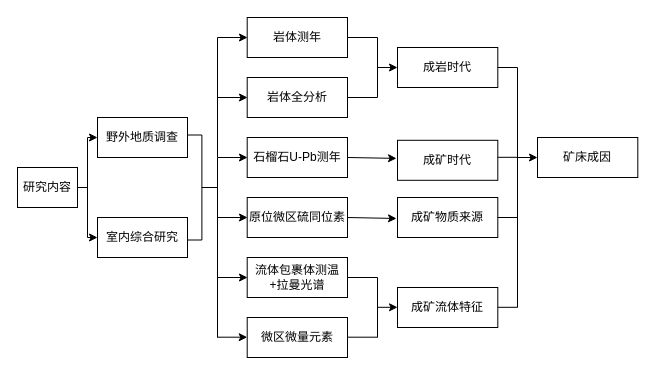
dp0qb/document_img keeps this draw.io diagram as 未命名绘图.drawio. Above is the earlier version. Source tidied: cells renumbered, new cells numbered last; positions are measured from the earlier drawing's top-left corner, leaving out a move shared by most shapes. Both pictures are drawn from the tidied source at 100%, with x=0, y=0 at pixel (17, 17).
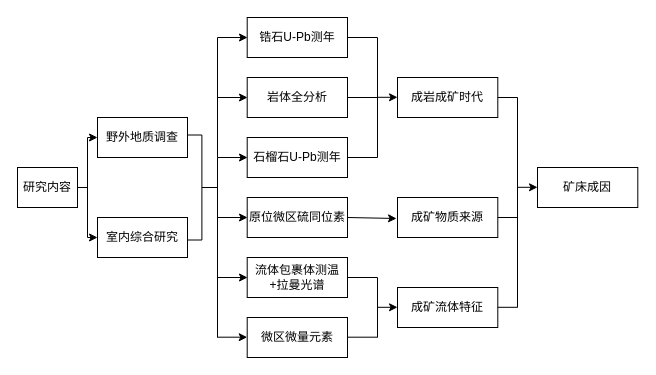
The same diagram, later.

Commit message:
更新未命名绘图.drawio

Unchanged cells that the change refers to:
```xml
<mxCell id="18" value="石榴石U-Pb测年" style="rounded=0;whiteSpace=wrap;html=1;" parent="1" vertex="1">
  <mxGeometry x="229.7" y="120" width="100.3" height="40" as="geometry" />
</mxCell>
```

The edit, as a diff of the source:
```diff
@@
-    <mxCell id="17" value="岩体测年" style="rounded=0;whiteSpace=wrap;html=1;" parent="1" vertex="1">
+    <mxCell id="17" value="锆石U-Pb测年" style="rounded=0;whiteSpace=wrap;html=1;" parent="1" vertex="1">
       <mxGeometry x="229.7" width="100.3" height="40" as="geometry" />
     </mxCell>
@@
     <mxCell id="22" style="endArrow=none;html=1;rounded=0;" parent="1" edge="1">
       <mxGeometry relative="1" as="geometry">
-        <mxPoint x="360" y="80" as="sourcePoint" />
+        <mxPoint x="360" y="140" as="sourcePoint" />
         <mxPoint x="360" y="20" as="targetPoint" />
       </mxGeometry>
     </mxCell>
@@
     <mxCell id="26" style="endArrow=classic;html=1;rounded=0;" parent="1" edge="1">
       <mxGeometry relative="1" as="geometry">
-        <mxPoint x="360" y="50" as="sourcePoint" />
-        <mxPoint x="380" y="50" as="targetPoint" />
+        <mxPoint x="360" y="79.8" as="sourcePoint" />
+        <mxPoint x="380" y="79.8" as="targetPoint" />
       </mxGeometry>
     </mxCell>
@@
-    <mxCell id="30" value="成矿时代" style="rounded=0;whiteSpace=wrap;html=1;" parent="1" vertex="1">
-      <mxGeometry x="380" y="122.8" width="100.3" height="40" as="geometry" />
-    </mxCell>
-    <mxCell id="31" value="成岩时代" style="rounded=0;whiteSpace=wrap;html=1;" parent="1" vertex="1">
-      <mxGeometry x="380" y="30" width="100.3" height="40" as="geometry" />
+    <mxCell id="31" value="成岩成矿时代" style="rounded=0;whiteSpace=wrap;html=1;" parent="1" vertex="1">
+      <mxGeometry x="380" y="60" width="100.3" height="40" as="geometry" />
     </mxCell>
     <mxCell id="32" style="endArrow=none;html=1;rounded=0;" parent="1" edge="1">
       <mxGeometry relative="1" as="geometry">
         <mxPoint x="500" y="290" as="sourcePoint" />
-        <mxPoint x="500" y="50" as="targetPoint" />
+        <mxPoint x="500" y="80" as="targetPoint" />
       </mxGeometry>
     </mxCell>
-    <mxCell id="33" style="endArrow=none;html=1;rounded=0;" parent="1" edge="1">
+    <mxCell id="33" style="endArrow=none;html=1;rounded=0;exitX=1;exitY=0.5;exitDx=0;exitDy=0;" parent="1" edge="1" source="31">
       <mxGeometry relative="1" as="geometry">
-        <mxPoint x="480.3" y="50" as="sourcePoint" />
-        <mxPoint x="500" y="50" as="targetPoint" />
+        <mxPoint x="500" y="80" as="targetPoint" />
       </mxGeometry>
     </mxCell>
-    <mxCell id="34" style="endArrow=none;html=1;rounded=0;" parent="1" edge="1">
-      <mxGeometry relative="1" as="geometry">
-        <mxPoint x="480.3" y="139.8" as="sourcePoint" />
-        <mxPoint x="500" y="139.8" as="targetPoint" />
-      </mxGeometry>
-    </mxCell>
@@
     <mxCell id="37" style="endArrow=classic;html=1;rounded=0;" parent="1" edge="1">
       <mxGeometry relative="1" as="geometry">
-        <mxPoint x="500" y="140" as="sourcePoint" />
-        <mxPoint x="520" y="140" as="targetPoint" />
+        <mxPoint x="500" y="169.8" as="sourcePoint" />
+        <mxPoint x="520" y="169.8" as="targetPoint" />
       </mxGeometry>
     </mxCell>
     <mxCell id="38" value="矿床成因" style="rounded=0;whiteSpace=wrap;html=1;" parent="1" vertex="1">
-      <mxGeometry x="520" y="120" width="100.3" height="40" as="geometry" />
+      <mxGeometry x="520" y="150" width="100.3" height="40" as="geometry" />
     </mxCell>
@@
-    <mxCell id="43" style="endArrow=classic;html=1;rounded=0;exitX=1;exitY=0.5;exitDx=0;exitDy=0;entryX=-0.01;entryY=0.452;entryDx=0;entryDy=0;entryPerimeter=0;" parent="1" edge="1" source="18" target="30">
-      <mxGeometry relative="1" as="geometry" />
-    </mxCell>
@@
+    <mxCell id="45" style="endArrow=none;html=1;rounded=0;" parent="1" edge="1">
+      <mxGeometry relative="1" as="geometry">
+        <mxPoint x="330" y="140" as="sourcePoint" />
+        <mxPoint x="360" y="140" as="targetPoint" />
+      </mxGeometry>
+    </mxCell>
```
